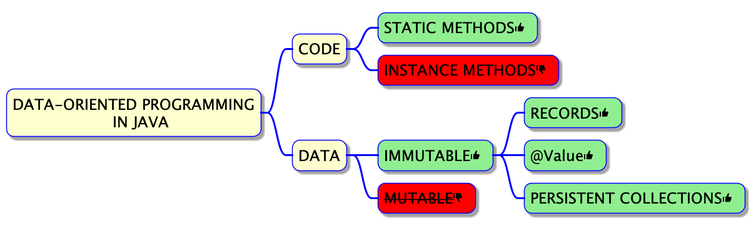
viebel/slides.klipse.tech keeps this PlantUML diagram as reveal/site/img/java-do.png. Above is the earlier version. Source of this version:
```plantuml
@startmindmap
!include SkinParam.iuml

*:DATA-ORIENTED PROGRAMMING
                    IN JAVA;
** CODE
*** STATIC METHODS<&thumb-up> <<green>>
*** INSTANCE METHODS<&thumb-down> <<red>>
** DATA
*** IMMUTABLE<&thumb-up> <<green>>
**** RECORDS<&thumb-up> <<green>>
**** @Value<&thumb-up> <<green>>
**** PERSISTENT COLLECTIONS<&thumb-up> <<green>>
*** <s>MUTABLE</s><&thumb-down> <<red>>

@endmindmap
```
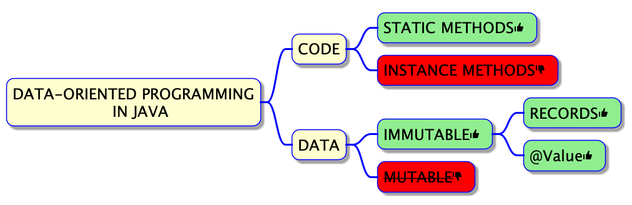
After the change.

Change to the diagram source:
```diff
@@ -10,7 +10,6 @@
 *** IMMUTABLE<&thumb-up> <<green>>
 **** RECORDS<&thumb-up> <<green>>
 **** @Value<&thumb-up> <<green>>
-**** PERSISTENT COLLECTIONS<&thumb-up> <<green>>
 *** <s>MUTABLE</s><&thumb-down> <<red>>
 
 @endmindmap
```
